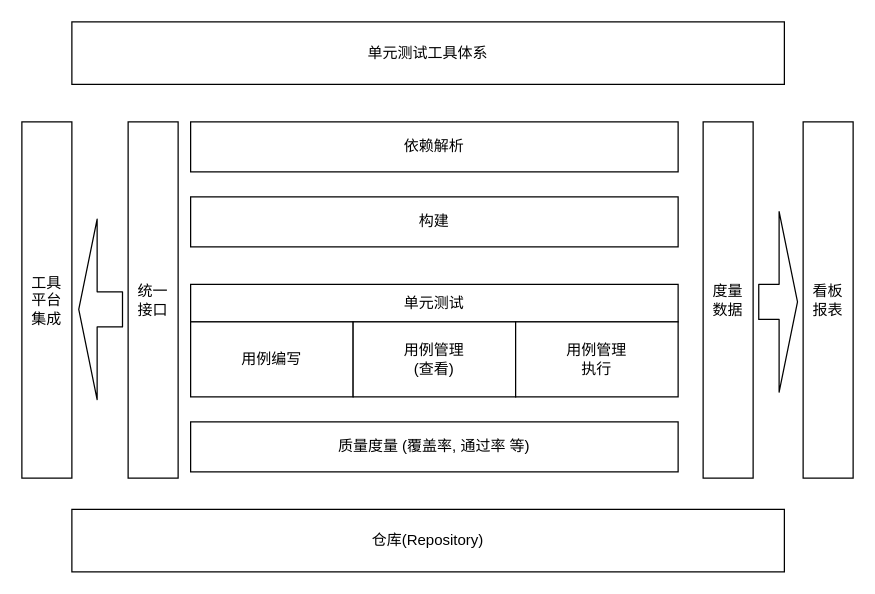
Earlier version of the draw.io diagram page "Page-2" (2 of 2) of TPTArch.drawio (MengJie/design). Source tidied: cells renumbered, new cells numbered last; positions are measured from the earlier drawing's top-left corner, leaving out a move shared by most shapes. Both pictures are drawn from the tidied source at 125%, with x=0, y=0 at pixel (21, 21).
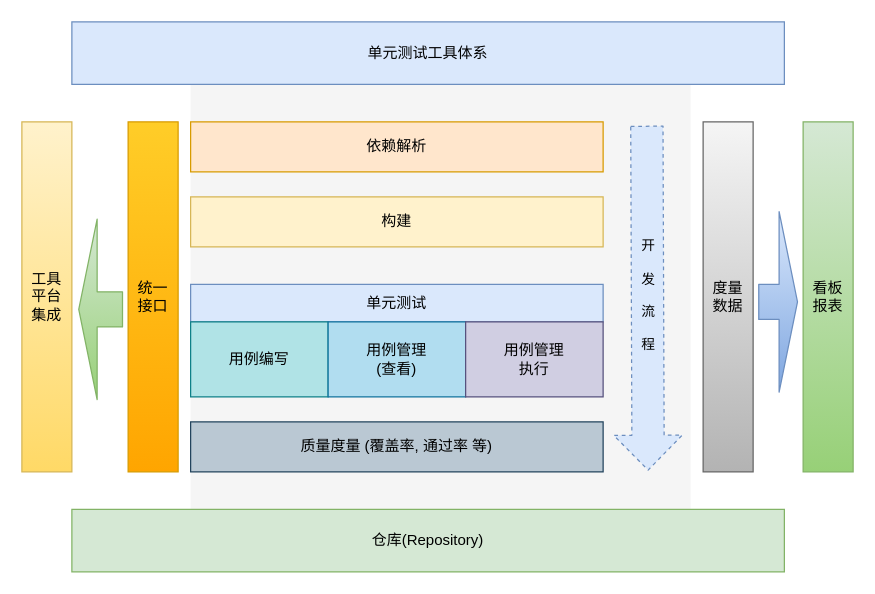
Above is the later version.

The edit, as a diff of the source:
```diff
@@
+    <mxCell id="17" style="rounded=0;whiteSpace=wrap;html=1;fontColor=#333333;fillColor=#f5f5f5;strokeColor=none;" parent="1" vertex="1">
+      <mxGeometry x="135" y="50" width="400" height="340" as="geometry" />
+    </mxCell>
-    <mxCell id="2" value="仓库(Repository)" style="rounded=0;whiteSpace=wrap;html=1;" parent="1" vertex="1">
+    <mxCell id="2" value="仓库(Repository)" style="rounded=0;whiteSpace=wrap;html=1;fillColor=#d5e8d4;strokeColor=#82b366;" parent="1" vertex="1">
       <mxGeometry x="40" y="390" width="570" height="50" as="geometry" />
     </mxCell>
-    <mxCell id="3" value="依赖解析" style="rounded=0;whiteSpace=wrap;html=1;" parent="1" vertex="1">
-      <mxGeometry x="135" y="80" width="390" height="40" as="geometry" />
+    <mxCell id="3" value="依赖解析" style="rounded=0;whiteSpace=wrap;html=1;fillColor=#ffe6cc;strokeColor=#d79b00;" parent="1" vertex="1">
+      <mxGeometry x="135" y="80" width="330" height="40" as="geometry" />
     </mxCell>
-    <mxCell id="4" value="构建" style="rounded=0;whiteSpace=wrap;html=1;" parent="1" vertex="1">
-      <mxGeometry x="135" y="140" width="390" height="40" as="geometry" />
+    <mxCell id="4" value="构建" style="rounded=0;whiteSpace=wrap;html=1;fillColor=#fff2cc;strokeColor=#d6b656;" parent="1" vertex="1">
+      <mxGeometry x="135" y="140" width="330" height="40" as="geometry" />
     </mxCell>
-    <mxCell id="5" value="单元测试" style="rounded=0;whiteSpace=wrap;html=1;" parent="1" vertex="1">
-      <mxGeometry x="135" y="210" width="390" height="30" as="geometry" />
+    <mxCell id="5" value="单元测试" style="rounded=0;whiteSpace=wrap;html=1;fillColor=#dae8fc;strokeColor=#6c8ebf;" parent="1" vertex="1">
+      <mxGeometry x="135" y="210" width="330" height="30" as="geometry" />
     </mxCell>
-    <mxCell id="6" value="用例编写" style="rounded=0;whiteSpace=wrap;html=1;" parent="1" vertex="1">
-      <mxGeometry x="135" y="240" width="130" height="60" as="geometry" />
+    <mxCell id="6" value="用例编写" style="rounded=0;whiteSpace=wrap;html=1;fillColor=#b0e3e6;strokeColor=#0e8088;" parent="1" vertex="1">
+      <mxGeometry x="135" y="240" width="110" height="60" as="geometry" />
     </mxCell>
-    <mxCell id="7" value="用例管理&lt;br&gt;(查看)" style="rounded=0;whiteSpace=wrap;html=1;" parent="1" vertex="1">
-      <mxGeometry x="265" y="240" width="130" height="60" as="geometry" />
+    <mxCell id="7" value="用例管理&lt;br&gt;(查看)" style="rounded=0;whiteSpace=wrap;html=1;fillColor=#b1ddf0;strokeColor=#10739e;" parent="1" vertex="1">
+      <mxGeometry x="245" y="240" width="110" height="60" as="geometry" />
     </mxCell>
-    <mxCell id="8" value="用例管理&lt;br&gt;执行" style="rounded=0;whiteSpace=wrap;html=1;" parent="1" vertex="1">
-      <mxGeometry x="395" y="240" width="130" height="60" as="geometry" />
+    <mxCell id="8" value="用例管理&lt;br&gt;执行" style="rounded=0;whiteSpace=wrap;html=1;fillColor=#d0cee2;strokeColor=#56517e;" parent="1" vertex="1">
+      <mxGeometry x="355" y="240" width="110" height="60" as="geometry" />
     </mxCell>
-    <mxCell id="9" value="质量度量 (覆盖率,&amp;nbsp;通过率 等)" style="rounded=0;whiteSpace=wrap;html=1;" parent="1" vertex="1">
-      <mxGeometry x="135" y="320" width="390" height="40" as="geometry" />
+    <mxCell id="9" value="质量度量 (覆盖率,&amp;nbsp;通过率 等)" style="rounded=0;whiteSpace=wrap;html=1;fillColor=#bac8d3;strokeColor=#23445d;" parent="1" vertex="1">
+      <mxGeometry x="135" y="320" width="330" height="40" as="geometry" />
     </mxCell>
-    <mxCell id="10" value="单元测试工具体系" style="rounded=0;whiteSpace=wrap;html=1;" parent="1" vertex="1">
+    <mxCell id="10" value="单元测试工具体系" style="rounded=0;whiteSpace=wrap;html=1;fillColor=#dae8fc;strokeColor=#6c8ebf;" parent="1" vertex="1">
       <mxGeometry x="40" width="570" height="50" as="geometry" />
     </mxCell>
-    <mxCell id="11" value="统一&lt;br&gt;接口" style="rounded=0;whiteSpace=wrap;html=1;" parent="1" vertex="1">
-      <mxGeometry x="85" y="80" width="40" height="285" as="geometry" />
+    <mxCell id="11" value="统一&lt;br&gt;接口" style="rounded=0;whiteSpace=wrap;html=1;gradientColor=#ffa500;fillColor=#ffcd28;strokeColor=#d79b00;" parent="1" vertex="1">
+      <mxGeometry x="85" y="80" width="40" height="280" as="geometry" />
     </mxCell>
-    <mxCell id="12" value="工具&lt;br&gt;平台&lt;br&gt;集成" style="rounded=0;whiteSpace=wrap;html=1;" parent="1" vertex="1">
-      <mxGeometry y="80" width="40" height="285" as="geometry" />
+    <mxCell id="12" value="工具&lt;br&gt;平台&lt;br&gt;集成" style="rounded=0;whiteSpace=wrap;html=1;gradientColor=#ffd966;fillColor=#fff2cc;strokeColor=#d6b656;" parent="1" vertex="1">
+      <mxGeometry y="80" width="40" height="280" as="geometry" />
     </mxCell>
-    <mxCell id="13" style="shape=flexArrow;endArrow=classic;html=1;strokeWidth=1;endWidth=115.29411764705883;endSize=4.571428571428571;width=28.095238095238095;" parent="1" edge="1">
+    <mxCell id="13" style="shape=flexArrow;endArrow=classic;html=1;strokeWidth=1;endWidth=115.29411764705883;endSize=4.571428571428571;width=28.095238095238095;gradientColor=#97d077;fillColor=#d5e8d4;strokeColor=#82b366;" parent="1" edge="1">
       <mxGeometry relative="1" as="geometry">
         <mxPoint x="81" y="230" as="sourcePoint" />
         <mxPoint x="45" y="230" as="targetPoint" />
       </mxGeometry>
     </mxCell>
-    <mxCell id="14" value="度量&lt;br&gt;数据" style="rounded=0;whiteSpace=wrap;html=1;" parent="1" vertex="1">
-      <mxGeometry x="545" y="80" width="40" height="285" as="geometry" />
+    <mxCell id="14" value="度量&lt;br&gt;数据" style="rounded=0;whiteSpace=wrap;html=1;gradientColor=#b3b3b3;fillColor=#f5f5f5;strokeColor=#666666;" parent="1" vertex="1">
+      <mxGeometry x="545" y="80" width="40" height="280" as="geometry" />
     </mxCell>
-    <mxCell id="15" value="看板&lt;br&gt;报表" style="rounded=0;whiteSpace=wrap;html=1;" parent="1" vertex="1">
-      <mxGeometry x="625" y="80" width="40" height="285" as="geometry" />
+    <mxCell id="15" value="看板&lt;br&gt;报表" style="rounded=0;whiteSpace=wrap;html=1;gradientColor=#97d077;fillColor=#d5e8d4;strokeColor=#82b366;" parent="1" vertex="1">
+      <mxGeometry x="625" y="80" width="40" height="280" as="geometry" />
     </mxCell>
-    <mxCell id="16" style="shape=flexArrow;endArrow=classic;html=1;strokeWidth=1;endWidth=115.29411764705883;endSize=4.571428571428571;width=28.095238095238095;" parent="1" edge="1">
+    <mxCell id="16" style="shape=flexArrow;endArrow=classic;html=1;strokeWidth=1;endWidth=115.29411764705883;endSize=4.571428571428571;width=28.095238095238095;gradientColor=#7ea6e0;fillColor=#dae8fc;strokeColor=#6c8ebf;" parent="1" edge="1">
       <mxGeometry relative="1" as="geometry">
         <mxPoint x="589" y="224" as="sourcePoint" />
         <mxPoint x="621" y="224" as="targetPoint" />
       </mxGeometry>
     </mxCell>
+    <mxCell id="18" style="shape=flexArrow;endArrow=classic;html=1;strokeWidth=1;entryX=0.915;entryY=0.909;entryDx=0;entryDy=0;entryPerimeter=0;startWidth=22.6984126984127;endWidth=27.95024337479719;startSize=10.20952380952381;endSize=8.944186046511629;width=25.813953488372093;dashed=1;fillColor=#dae8fc;strokeColor=#6c8ebf;" parent="1" edge="1" target="17">
+      <mxGeometry relative="1" as="geometry">
+        <mxPoint x="500" y="83" as="sourcePoint" />
+      </mxGeometry>
+    </mxCell>
+    <mxCell id="19" value="开&lt;br&gt;&lt;br&gt;发&lt;br&gt;&lt;br&gt;流&lt;br&gt;&lt;br&gt;程" style="edgeLabel;html=1;align=center;verticalAlign=middle;labelBackgroundColor=none;" parent="18" vertex="1">
+      <mxGeometry x="-0.15" y="-7" relative="1" as="geometry">
+        <mxPoint x="7" y="18" as="offset" />
+      </mxGeometry>
+    </mxCell>
```
